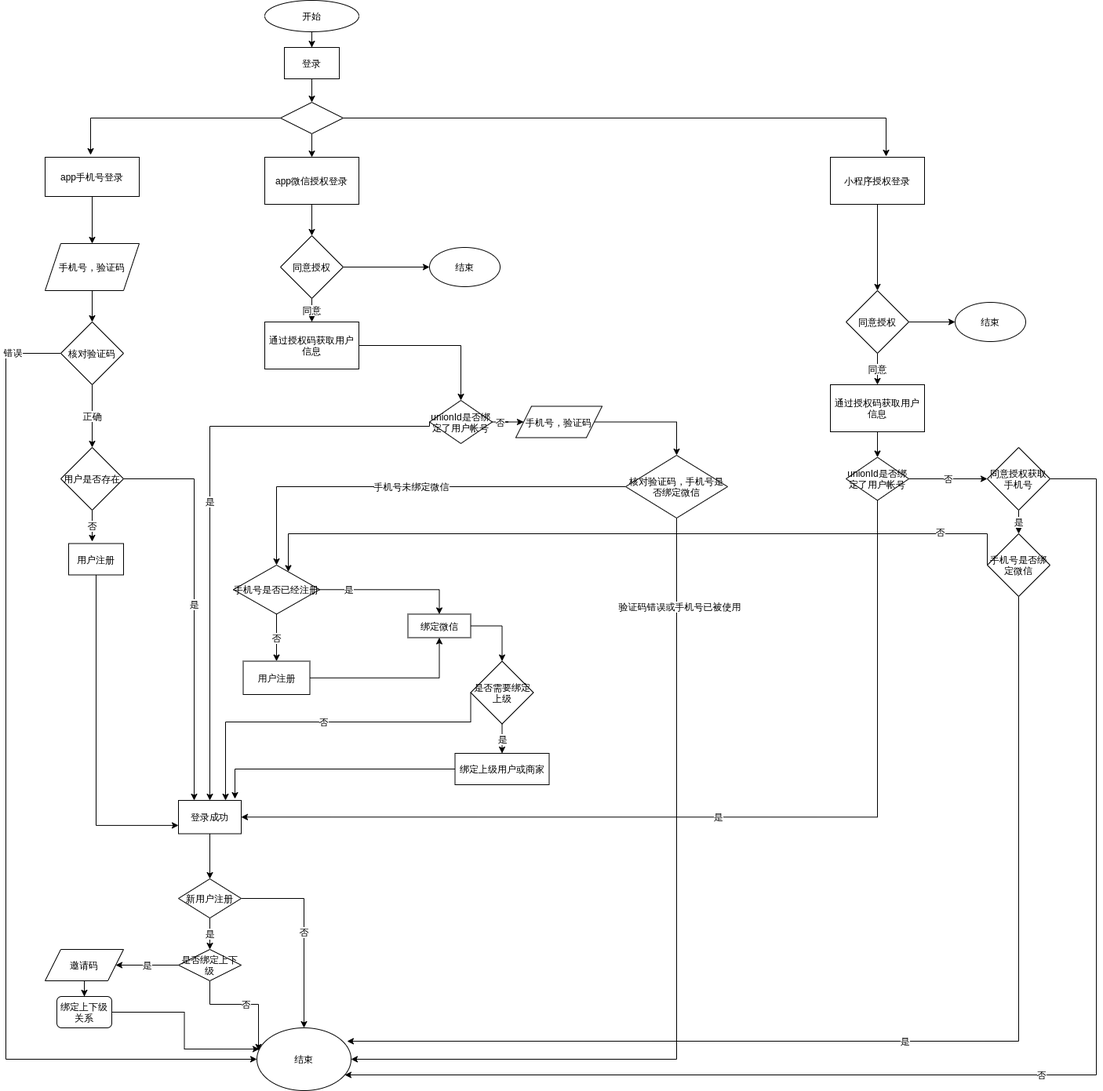
pullFootYouth/springCloudConfig keeps this draw.io diagram as login.png. Above is the earlier version. Source tidied: cells renumbered, new cells last; positions are measured from the earlier drawing's top-left corner, leaving out a move shared by most shapes.
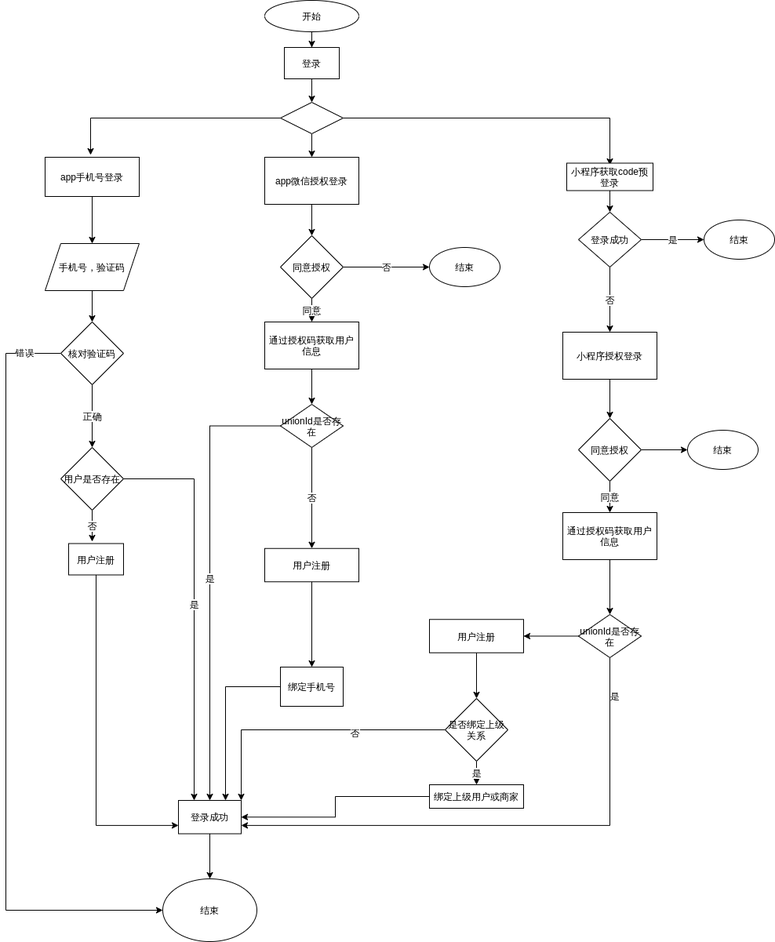
Above is the later version.

Diff of the diagram source:
```diff
@@ -20,5 +20,7 @@
     </mxCell>
-    <mxCell id="5" style="edgeStyle=orthogonalEdgeStyle;rounded=0;jettySize=auto;html=1;exitX=1;exitY=0.5;exitDx=0;exitDy=0;entryX=0.592;entryY=-0.017;entryDx=0;entryDy=0;entryPerimeter=0;" parent="1" edge="1" source="6" target="32">
-      <mxGeometry relative="1" as="geometry" />
-    </mxCell>
+    <mxCell id="84" style="edgeStyle=orthogonalEdgeStyle;rounded=0;jettySize=auto;html=1;exitX=1;exitY=0.5;exitDx=0;exitDy=0;" parent="1" edge="1" source="6">
+      <mxGeometry relative="1" as="geometry">
+        <mxPoint x="770" y="210" as="targetPoint" />
+      </mxGeometry>
+    </mxCell>
     <mxCell id="6" style="rhombus;whiteSpace=wrap;html=1;" parent="1" vertex="1">
@@ -53,3 +55,3 @@
           <mxPoint y="450" />
-          <mxPoint y="1350" />
+          <mxPoint y="1160" />
         </Array>
@@ -79,25 +81,4 @@
     <mxCell id="18" value="结束" style="ellipse;whiteSpace=wrap;html=1;" parent="1" vertex="1">
-      <mxGeometry x="320" y="1310" width="120" height="80" as="geometry" />
+      <mxGeometry x="200" y="1120" width="120" height="80" as="geometry" />
     </mxCell>
-    <mxCell id="19" style="edgeStyle=orthogonalEdgeStyle;rounded=0;jettySize=auto;html=1;" parent="1" edge="1" source="20" target="22">
-      <mxGeometry relative="1" as="geometry" />
-    </mxCell>
-    <mxCell id="20" value="邀请码" style="shape=parallelogram;perimeter=parallelogramPerimeter;whiteSpace=wrap;html=1;fixedSize=1;" parent="1" vertex="1">
-      <mxGeometry x="50" y="1210" width="100" height="40" as="geometry" />
-    </mxCell>
-    <mxCell id="21" style="edgeStyle=orthogonalEdgeStyle;rounded=0;jettySize=auto;html=1;exitX=1;exitY=0.5;exitDx=0;exitDy=0;entryX=0.025;entryY=0.338;entryDx=0;entryDy=0;entryPerimeter=0;" parent="1" edge="1" source="22" target="18">
-      <mxGeometry relative="1" as="geometry" />
-    </mxCell>
-    <mxCell id="22" value="绑定上下级关系" style="rounded=1;whiteSpace=wrap;html=1;" parent="1" vertex="1">
-      <mxGeometry x="65" y="1270" width="70" height="40" as="geometry" />
-    </mxCell>
-    <mxCell id="23" value="否" style="edgeStyle=orthogonalEdgeStyle;rounded=0;jettySize=auto;html=1;exitX=1;exitY=0.5;exitDx=0;exitDy=0;entryX=0.5;entryY=0;entryDx=0;entryDy=0;" parent="1" edge="1" source="25" target="18">
-      <mxGeometry relative="1" as="geometry" />
-    </mxCell>
-    <mxCell id="24" value="是" style="edgeStyle=orthogonalEdgeStyle;rounded=0;jettySize=auto;html=1;exitX=0.5;exitY=1;exitDx=0;exitDy=0;entryX=0.5;entryY=0;entryDx=0;entryDy=0;" parent="1" edge="1" source="25" target="39">
-      <mxGeometry relative="1" as="geometry" />
-    </mxCell>
-    <mxCell id="25" value="新用户注册" style="rhombus;whiteSpace=wrap;html=1;" parent="1" vertex="1">
-      <mxGeometry x="220" y="1120" width="80" height="50" as="geometry" />
-    </mxCell>
     <mxCell id="26" style="edgeStyle=orthogonalEdgeStyle;rounded=0;jettySize=auto;html=1;" parent="1" edge="1" source="27" target="6">
@@ -121,3 +102,3 @@
     <mxCell id="32" value="&lt;span&gt;小程序授权登录&lt;/span&gt;" style="rounded=0;whiteSpace=wrap;html=1;" parent="1" vertex="1">
-      <mxGeometry x="1051" y="200" width="120" height="60" as="geometry" />
+      <mxGeometry x="710" y="423" width="120" height="60" as="geometry" />
     </mxCell>
@@ -129,4 +110,6 @@
     </mxCell>
-    <mxCell id="35" style="edgeStyle=orthogonalEdgeStyle;rounded=0;jettySize=auto;html=1;exitX=0.5;exitY=1;exitDx=0;exitDy=0;" parent="1" edge="1" source="36" target="25">
-      <mxGeometry relative="1" as="geometry" />
+    <mxCell id="35" style="edgeStyle=orthogonalEdgeStyle;rounded=0;jettySize=auto;html=1;exitX=0.5;exitY=1;exitDx=0;exitDy=0;" parent="1" edge="1" source="36">
+      <mxGeometry relative="1" as="geometry">
+        <mxPoint x="260" y="1120" as="targetPoint" />
+      </mxGeometry>
     </mxCell>
@@ -135,11 +118,2 @@
     </mxCell>
-    <mxCell id="37" value="是" style="edgeStyle=orthogonalEdgeStyle;rounded=0;jettySize=auto;html=1;" parent="1" edge="1" source="39" target="20">
-      <mxGeometry relative="1" as="geometry" />
-    </mxCell>
-    <mxCell id="38" value="否" style="edgeStyle=orthogonalEdgeStyle;rounded=0;jettySize=auto;html=1;exitX=0.5;exitY=1;exitDx=0;exitDy=0;entryX=0.017;entryY=0.363;entryDx=0;entryDy=0;entryPerimeter=0;" parent="1" edge="1" source="39" target="18">
-      <mxGeometry relative="1" as="geometry" />
-    </mxCell>
-    <mxCell id="39" value="是否绑定上下级" style="rhombus;whiteSpace=wrap;html=1;" parent="1" vertex="1">
-      <mxGeometry x="220" y="1210" width="80" height="40" as="geometry" />
-    </mxCell>
     <mxCell id="40" value="同意" style="edgeStyle=orthogonalEdgeStyle;rounded=0;jettySize=auto;html=1;" parent="1" edge="1" source="42">
@@ -149,3 +123,3 @@
     </mxCell>
-    <mxCell id="41" style="edgeStyle=orthogonalEdgeStyle;rounded=0;jettySize=auto;html=1;" parent="1" edge="1" source="42" target="82">
+    <mxCell id="41" value="否" style="edgeStyle=orthogonalEdgeStyle;rounded=0;jettySize=auto;html=1;" parent="1" edge="1" source="42" target="82">
       <mxGeometry relative="1" as="geometry" />
@@ -161,5 +135,2 @@
     </mxCell>
-    <mxCell id="45" value="否" style="edgeStyle=orthogonalEdgeStyle;rounded=0;jettySize=auto;html=1;" parent="1" edge="1" source="47" target="49">
-      <mxGeometry relative="1" as="geometry" />
-    </mxCell>
     <mxCell id="46" value="是" style="edgeStyle=orthogonalEdgeStyle;rounded=0;jettySize=auto;html=1;entryX=0.5;entryY=0;entryDx=0;entryDy=0;exitX=0;exitY=0.5;exitDx=0;exitDy=0;" parent="1" edge="1" source="47" target="36">
@@ -171,48 +142,8 @@
     </mxCell>
+    <mxCell id="85" value="否" style="edgeStyle=orthogonalEdgeStyle;rounded=0;jettySize=auto;html=1;exitX=0.5;exitY=1;exitDx=0;exitDy=0;entryX=0.5;entryY=0;entryDx=0;entryDy=0;" parent="1" edge="1" source="47" target="89">
+      <mxGeometry relative="1" as="geometry" />
+    </mxCell>
-    <mxCell id="47" value="unionId是否绑定了用户帐号" style="rhombus;whiteSpace=wrap;html=1;" parent="1" vertex="1">
-      <mxGeometry x="540" y="510" width="80" height="55" as="geometry" />
+    <mxCell id="47" value="unionId是否存在" style="rhombus;whiteSpace=wrap;html=1;" parent="1" vertex="1">
+      <mxGeometry x="350" y="515" width="80" height="55" as="geometry" />
     </mxCell>
-    <mxCell id="48" style="edgeStyle=orthogonalEdgeStyle;rounded=0;jettySize=auto;html=1;" parent="1" edge="1" source="49" target="53">
-      <mxGeometry relative="1" as="geometry" />
-    </mxCell>
-    <mxCell id="49" value="手机号，验证码" style="shape=parallelogram;perimeter=parallelogramPerimeter;whiteSpace=wrap;html=1;fixedSize=1;" parent="1" vertex="1">
-      <mxGeometry x="650" y="517.5" width="110" height="40" as="geometry" />
-    </mxCell>
-    <mxCell id="50" style="edgeStyle=orthogonalEdgeStyle;rounded=0;jettySize=auto;html=1;exitX=0.5;exitY=1;exitDx=0;exitDy=0;entryX=1;entryY=0.5;entryDx=0;entryDy=0;" parent="1" edge="1" source="53" target="18">
-      <mxGeometry relative="1" as="geometry" />
-    </mxCell>
-    <mxCell id="51" value="验证码错误或手机号已被使用" style="edgeLabel;html=1;align=center;verticalAlign=middle;" parent="50" vertex="1">
-      <mxGeometry x="-0.8" y="3" relative="1" as="geometry" />
-    </mxCell>
-    <mxCell id="52" value="手机号未绑定微信" style="edgeStyle=orthogonalEdgeStyle;rounded=0;jettySize=auto;html=1;" parent="1" edge="1" source="53" target="56">
-      <mxGeometry relative="1" as="geometry" />
-    </mxCell>
-    <mxCell id="53" value="&lt;span&gt;核对验证码，手机号是否绑定微信&lt;/span&gt;" style="rhombus;whiteSpace=wrap;html=1;" parent="1" vertex="1">
-      <mxGeometry x="790" y="580" width="130" height="80" as="geometry" />
-    </mxCell>
-    <mxCell id="54" value="否" style="edgeStyle=orthogonalEdgeStyle;rounded=0;jettySize=auto;html=1;" parent="1" edge="1" source="56" target="72">
-      <mxGeometry relative="1" as="geometry" />
-    </mxCell>
-    <mxCell id="55" value="是" style="edgeStyle=orthogonalEdgeStyle;rounded=0;jettySize=auto;html=1;exitX=0;exitY=0.5;exitDx=0;exitDy=0;entryX=0.5;entryY=0;entryDx=0;entryDy=0;" parent="1" edge="1" source="56" target="59">
-      <mxGeometry relative="1" as="geometry">
-        <Array as="points">
-          <mxPoint x="552.5" y="751.8" />
-        </Array>
-      </mxGeometry>
-    </mxCell>
-    <mxCell id="56" value="手机号是否已经注册" style="rhombus;whiteSpace=wrap;html=1;" parent="1" vertex="1">
-      <mxGeometry x="290" y="720" width="110" height="62.5" as="geometry" />
-    </mxCell>
-    <mxCell id="57" style="edgeStyle=orthogonalEdgeStyle;rounded=0;jettySize=auto;html=1;" parent="1" edge="1" source="72" target="59">
-      <mxGeometry relative="1" as="geometry" />
-    </mxCell>
-    <mxCell id="58" style="edgeStyle=orthogonalEdgeStyle;rounded=0;jettySize=auto;html=1;exitX=1;exitY=0.5;exitDx=0;exitDy=0;entryX=0.5;entryY=0;entryDx=0;entryDy=0;" parent="1" edge="1" source="59" target="79">
-      <mxGeometry relative="1" as="geometry" />
-    </mxCell>
-    <mxCell id="59" value="绑定微信" style="rounded=0;whiteSpace=wrap;html=1;" parent="1" vertex="1">
-      <mxGeometry x="512.5" y="782.5" width="80" height="30" as="geometry" />
-    </mxCell>
-    <mxCell id="60" style="edgeStyle=orthogonalEdgeStyle;rounded=0;orthogonalLoop=1;jettySize=auto;html=1;exitX=0.5;exitY=1;exitDx=0;exitDy=0;" parent="1" edge="1" source="59" target="59">
-      <mxGeometry relative="1" as="geometry" />
-    </mxCell>
     <mxCell id="61" value="同意" style="edgeStyle=orthogonalEdgeStyle;rounded=0;jettySize=auto;html=1;exitX=0.5;exitY=1;exitDx=0;exitDy=0;" parent="1" edge="1" source="63" target="65">
@@ -224,3 +155,3 @@
     <mxCell id="63" value="同意授权" style="rhombus;whiteSpace=wrap;html=1;" parent="1" vertex="1">
-      <mxGeometry x="1071" y="370" width="80" height="80" as="geometry" />
+      <mxGeometry x="730" y="533" width="80" height="80" as="geometry" />
     </mxCell>
@@ -230,65 +161,76 @@
     <mxCell id="65" value="&lt;span&gt;通过授权码获取用户信息&lt;/span&gt;" style="rounded=0;whiteSpace=wrap;html=1;" parent="1" vertex="1">
-      <mxGeometry x="1051" y="490" width="120" height="60" as="geometry" />
+      <mxGeometry x="710" y="653" width="120" height="60" as="geometry" />
     </mxCell>
-    <mxCell id="66" value="是" style="edgeStyle=orthogonalEdgeStyle;rounded=0;jettySize=auto;html=1;exitX=0.5;exitY=1;exitDx=0;exitDy=0;entryX=1;entryY=0.5;entryDx=0;entryDy=0;" parent="1" edge="1" source="68" target="36">
+    <mxCell id="66" style="edgeStyle=orthogonalEdgeStyle;rounded=0;jettySize=auto;html=1;exitX=0.5;exitY=1;exitDx=0;exitDy=0;entryX=1;entryY=0.75;entryDx=0;entryDy=0;" parent="1" edge="1" source="68" target="36">
       <mxGeometry relative="1" as="geometry" />
     </mxCell>
-    <mxCell id="67" value="否" style="edgeStyle=orthogonalEdgeStyle;rounded=0;jettySize=auto;html=1;exitX=1;exitY=0.5;exitDx=0;exitDy=0;entryX=0;entryY=0.5;entryDx=0;entryDy=0;" parent="1" edge="1" source="68" target="71">
-      <mxGeometry relative="1" as="geometry" />
-    </mxCell>
+    <mxCell id="86" value="是" style="edgeLabel;html=1;align=center;verticalAlign=middle;" parent="66" vertex="1">
+      <mxGeometry x="-0.86" y="5" relative="1" as="geometry" />
+    </mxCell>
+    <mxCell id="87" style="edgeStyle=orthogonalEdgeStyle;rounded=0;jettySize=auto;html=1;exitX=0;exitY=0.5;exitDx=0;exitDy=0;entryX=1;entryY=0.5;entryDx=0;entryDy=0;" parent="1" edge="1" source="68" target="93">
+      <mxGeometry relative="1" as="geometry" />
+    </mxCell>
-    <mxCell id="68" value="unionId是否绑定了用户帐号" style="rhombus;whiteSpace=wrap;html=1;" parent="1" vertex="1">
-      <mxGeometry x="1071" y="582.5" width="80" height="55" as="geometry" />
+    <mxCell id="68" value="unionId是否存在" style="rhombus;whiteSpace=wrap;html=1;" parent="1" vertex="1">
+      <mxGeometry x="730" y="783" width="80" height="55" as="geometry" />
     </mxCell>
-    <mxCell id="69" value="是" style="edgeStyle=orthogonalEdgeStyle;rounded=0;jettySize=auto;html=1;" parent="1" edge="1" source="71" target="76">
-      <mxGeometry relative="1" as="geometry" />
-    </mxCell>
-    <mxCell id="70" value="否" style="edgeStyle=orthogonalEdgeStyle;rounded=0;jettySize=auto;html=1;exitX=1;exitY=0.5;exitDx=0;exitDy=0;" parent="1" edge="1" source="71" target="18">
-      <mxGeometry relative="1" as="geometry">
-        <Array as="points">
-          <mxPoint x="1390" y="610" />
-          <mxPoint x="1390" y="1370" />
-        </Array>
-      </mxGeometry>
-    </mxCell>
-    <mxCell id="71" value="同意授权获取手机号" style="rhombus;whiteSpace=wrap;html=1;" parent="1" vertex="1">
-      <mxGeometry x="1251" y="570" width="80" height="80" as="geometry" />
-    </mxCell>
-    <mxCell id="72" value="用户注册" style="rounded=0;whiteSpace=wrap;html=1;" parent="1" vertex="1">
-      <mxGeometry x="302.5" y="842.5" width="85" height="42.5" as="geometry" />
-    </mxCell>
-    <mxCell id="73" style="edgeStyle=orthogonalEdgeStyle;rounded=0;jettySize=auto;html=1;exitX=0;exitY=0.5;exitDx=0;exitDy=0;" parent="1" edge="1" source="76" target="56">
-      <mxGeometry relative="1" as="geometry">
-        <Array as="points">
-          <mxPoint x="360" y="680" />
-        </Array>
-      </mxGeometry>
-    </mxCell>
+    <mxCell id="82" value="结束" style="ellipse;whiteSpace=wrap;html=1;" parent="1" vertex="1">
+      <mxGeometry x="540" y="315" width="90" height="50" as="geometry" />
+    </mxCell>
+    <mxCell id="83" value="结束" style="ellipse;whiteSpace=wrap;html=1;" parent="1" vertex="1">
+      <mxGeometry x="869" y="548" width="90" height="50" as="geometry" />
+    </mxCell>
+    <mxCell id="88" style="edgeStyle=orthogonalEdgeStyle;rounded=0;jettySize=auto;html=1;exitX=0.5;exitY=1;exitDx=0;exitDy=0;entryX=0.5;entryY=0;entryDx=0;entryDy=0;" parent="1" edge="1" source="89" target="91">
+      <mxGeometry relative="1" as="geometry" />
+    </mxCell>
+    <mxCell id="89" value="用户注册" style="rounded=0;whiteSpace=wrap;html=1;" parent="1" vertex="1">
+      <mxGeometry x="330" y="698.8" width="120" height="42.5" as="geometry" />
+    </mxCell>
+    <mxCell id="90" style="edgeStyle=orthogonalEdgeStyle;rounded=0;jettySize=auto;html=1;exitX=0;exitY=0.5;exitDx=0;exitDy=0;entryX=0.75;entryY=0;entryDx=0;entryDy=0;" parent="1" edge="1" source="91" target="36">
+      <mxGeometry relative="1" as="geometry" />
+    </mxCell>
+    <mxCell id="91" value="绑定手机号" style="rounded=0;whiteSpace=wrap;html=1;" parent="1" vertex="1">
+      <mxGeometry x="350" y="850" width="80" height="50" as="geometry" />
+    </mxCell>
+    <mxCell id="92" style="edgeStyle=orthogonalEdgeStyle;rounded=0;jettySize=auto;html=1;entryX=0.5;entryY=0;entryDx=0;entryDy=0;" parent="1" edge="1" source="93" target="101">
+      <mxGeometry relative="1" as="geometry" />
+    </mxCell>
+    <mxCell id="93" value="用户注册" style="rounded=0;whiteSpace=wrap;html=1;" parent="1" vertex="1">
+      <mxGeometry x="540" y="789.2" width="120" height="42.5" as="geometry" />
+    </mxCell>
+    <mxCell id="94" style="edgeStyle=orthogonalEdgeStyle;rounded=0;jettySize=auto;html=1;exitX=0.5;exitY=1;exitDx=0;exitDy=0;entryX=0.5;entryY=0;entryDx=0;entryDy=0;" parent="1" edge="1" source="95" target="98">
+      <mxGeometry relative="1" as="geometry" />
+    </mxCell>
+    <mxCell id="95" value="小程序获取code预登录" style="rounded=0;whiteSpace=wrap;html=1;" parent="1" vertex="1">
+      <mxGeometry x="715" y="207.5" width="110" height="35" as="geometry" />
+    </mxCell>
+    <mxCell id="96" value="否" style="edgeStyle=orthogonalEdgeStyle;rounded=0;jettySize=auto;html=1;entryX=0.5;entryY=0;entryDx=0;entryDy=0;" parent="1" edge="1" source="98" target="32">
+      <mxGeometry relative="1" as="geometry">
+        <Array as="points">
+          <mxPoint x="770" y="380" />
+          <mxPoint x="770" y="380" />
+        </Array>
+      </mxGeometry>
+    </mxCell>
+    <mxCell id="97" value="是" style="edgeStyle=orthogonalEdgeStyle;rounded=0;jettySize=auto;html=1;exitX=1;exitY=0.5;exitDx=0;exitDy=0;entryX=0;entryY=0.5;entryDx=0;entryDy=0;" parent="1" edge="1" source="98" target="99">
+      <mxGeometry relative="1" as="geometry" />
+    </mxCell>
+    <mxCell id="98" value="登录成功" style="rhombus;whiteSpace=wrap;html=1;" parent="1" vertex="1">
+      <mxGeometry x="730" y="270" width="80" height="70" as="geometry" />
+    </mxCell>
+    <mxCell id="99" value="结束" style="ellipse;whiteSpace=wrap;html=1;" parent="1" vertex="1">
+      <mxGeometry x="890" y="280" width="90" height="50" as="geometry" />
+    </mxCell>
+    <mxCell id="24" value="是" style="edgeStyle=orthogonalEdgeStyle;rounded=0;jettySize=auto;html=1;exitX=0.5;exitY=1;exitDx=0;exitDy=0;entryX=0.5;entryY=0;entryDx=0;entryDy=0;" parent="1" edge="1" source="101" target="81">
+      <mxGeometry relative="1" as="geometry" />
+    </mxCell>
+    <mxCell id="100" style="edgeStyle=orthogonalEdgeStyle;rounded=0;jettySize=auto;html=1;exitX=0;exitY=0.5;exitDx=0;exitDy=0;entryX=1;entryY=0;entryDx=0;entryDy=0;" parent="1" edge="1" source="101" target="36">
+      <mxGeometry relative="1" as="geometry" />
+    </mxCell>
-    <mxCell id="74" value="否" style="edgeLabel;html=1;align=center;verticalAlign=middle;" parent="73" vertex="1">
-      <mxGeometry x="-0.79" y="-3" relative="1" as="geometry" />
+    <mxCell id="74" value="否" style="edgeLabel;html=1;align=center;verticalAlign=middle;" parent="100" vertex="1">
+      <mxGeometry x="-0.34" y="3" relative="1" as="geometry" />
     </mxCell>
-    <mxCell id="75" value="是" style="edgeStyle=orthogonalEdgeStyle;rounded=0;jettySize=auto;html=1;exitX=0.5;exitY=1;exitDx=0;exitDy=0;entryX=0.958;entryY=0.213;entryDx=0;entryDy=0;entryPerimeter=0;" parent="1" edge="1" source="76" target="18">
-      <mxGeometry relative="1" as="geometry">
-        <Array as="points">
-          <mxPoint x="1291" y="1327" />
-        </Array>
-      </mxGeometry>
-    </mxCell>
-    <mxCell id="76" value="&lt;span&gt;手机号是否绑定微信&lt;/span&gt;" style="rhombus;whiteSpace=wrap;html=1;" parent="1" vertex="1">
-      <mxGeometry x="1251" y="680" width="80" height="80" as="geometry" />
-    </mxCell>
-    <mxCell id="77" value="否" style="edgeStyle=orthogonalEdgeStyle;rounded=0;jettySize=auto;html=1;exitX=0;exitY=0.5;exitDx=0;exitDy=0;entryX=0.75;entryY=0;entryDx=0;entryDy=0;" parent="1" edge="1" source="79" target="36">
-      <mxGeometry relative="1" as="geometry">
-        <Array as="points">
-          <mxPoint x="593" y="920" />
-          <mxPoint x="280" y="920" />
-        </Array>
-      </mxGeometry>
-    </mxCell>
-    <mxCell id="78" value="是" style="edgeStyle=orthogonalEdgeStyle;rounded=0;jettySize=auto;html=1;" parent="1" edge="1" source="79" target="81">
-      <mxGeometry relative="1" as="geometry" />
-    </mxCell>
-    <mxCell id="79" value="是否需要绑定上级" style="rhombus;whiteSpace=wrap;html=1;" parent="1" vertex="1">
-      <mxGeometry x="592.5" y="842.5" width="80" height="80" as="geometry" />
-    </mxCell>
+    <mxCell id="101" value="是否绑定上级关系" style="rhombus;whiteSpace=wrap;html=1;" parent="1" vertex="1">
+      <mxGeometry x="560" y="890" width="80" height="80" as="geometry" />
+    </mxCell>
-    <mxCell id="80" style="edgeStyle=orthogonalEdgeStyle;rounded=0;jettySize=auto;html=1;exitX=0;exitY=0.5;exitDx=0;exitDy=0;entryX=0.9;entryY=-0.047;entryDx=0;entryDy=0;entryPerimeter=0;" parent="1" edge="1" source="81" target="36">
+    <mxCell id="80" style="edgeStyle=orthogonalEdgeStyle;rounded=0;jettySize=auto;html=1;entryX=1;entryY=0.5;entryDx=0;entryDy=0;" parent="1" edge="1" source="81" target="36">
       <mxGeometry relative="1" as="geometry" />
@@ -296,10 +238,4 @@
     <mxCell id="81" value="绑定上级用户或商家" style="rounded=0;whiteSpace=wrap;html=1;" parent="1" vertex="1">
-      <mxGeometry x="572.5" y="960" width="120" height="40" as="geometry" />
+      <mxGeometry x="540" y="1000" width="120" height="30" as="geometry" />
     </mxCell>
-    <mxCell id="82" value="结束" style="ellipse;whiteSpace=wrap;html=1;" parent="1" vertex="1">
-      <mxGeometry x="540" y="315" width="90" height="50" as="geometry" />
-    </mxCell>
-    <mxCell id="83" value="结束" style="ellipse;whiteSpace=wrap;html=1;" parent="1" vertex="1">
-      <mxGeometry x="1210" y="385" width="90" height="50" as="geometry" />
-    </mxCell>
   </root>
```
